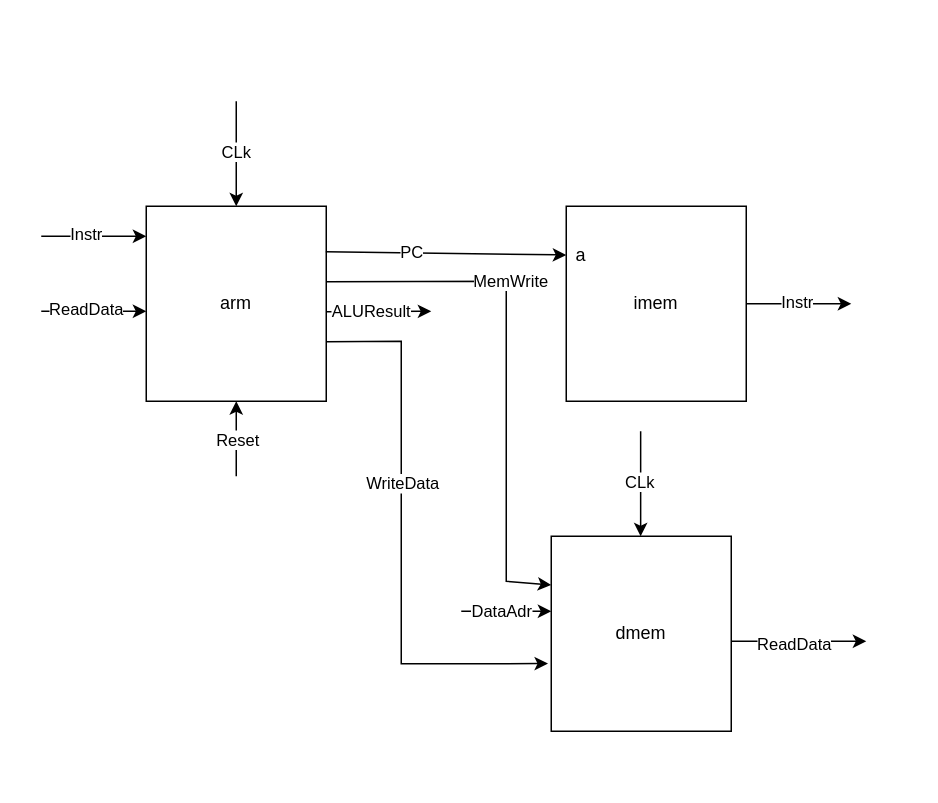
Above: page "Top" (3 of 4) of ARM Single.drawio in pgpsouza/ARM_single.sv-hardware-schematic- (draw.io), before the change. Source tidied: cells renumbered, new cells numbered last; positions are measured from the earlier drawing's top-left corner, leaving out a move shared by most shapes. Both pictures are drawn from the tidied source at 150%, with x=0, y=0 at pixel (40, 100).
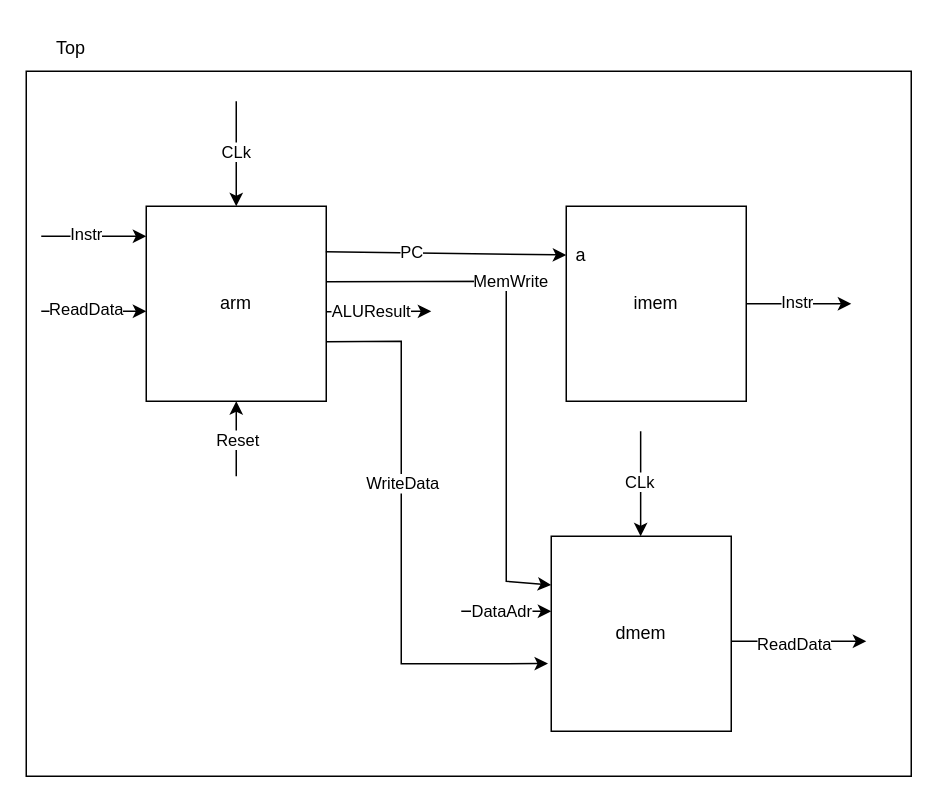
After the change.

Diff of the diagram source:
```diff
@@
+    <mxCell id="32" style="rounded=0;whiteSpace=wrap;html=1;fillColor=none;" parent="1" vertex="1">
+      <mxGeometry x="-10" y="-20" width="590" height="470" as="geometry" />
+    </mxCell>
+    <mxCell id="33" value="Top" style="text;html=1;align=center;verticalAlign=middle;whiteSpace=wrap;rounded=0;" parent="1" vertex="1">
+      <mxGeometry x="-10" y="-50" width="60" height="30" as="geometry" />
+    </mxCell>
```
